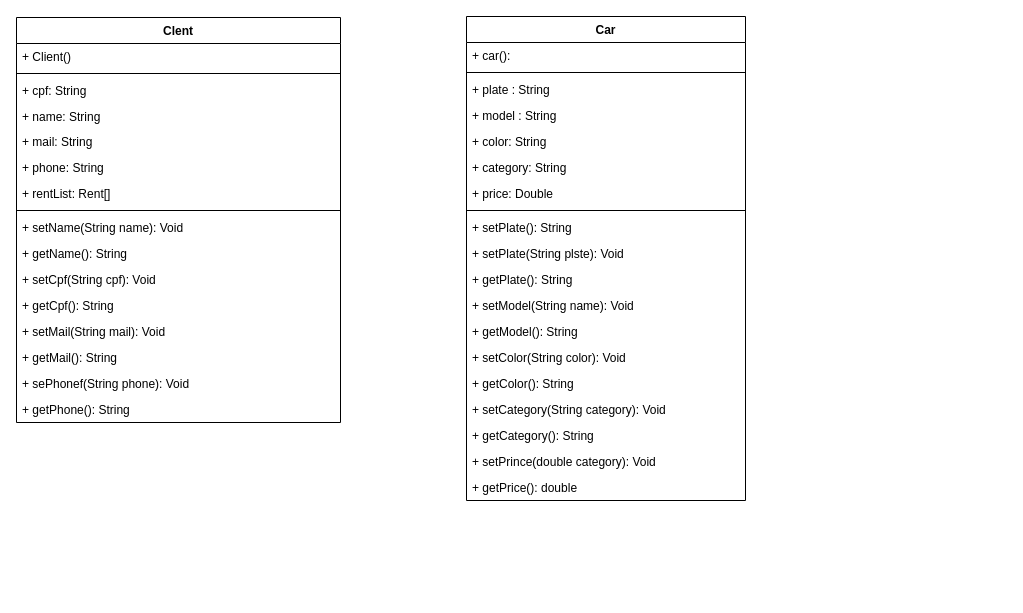
victorfernandesraton/Trabalho_Poo keeps this draw.io diagram as Diagram/Untitled Diagram.drawio. Above is the earlier version. Source tidied: cells renumbered, new cells numbered last; positions are measured from the earlier drawing's top-left corner, leaving out a move shared by most shapes. Both pictures are drawn from the tidied source at 100%, with x=0, y=0 at pixel (16, 16).
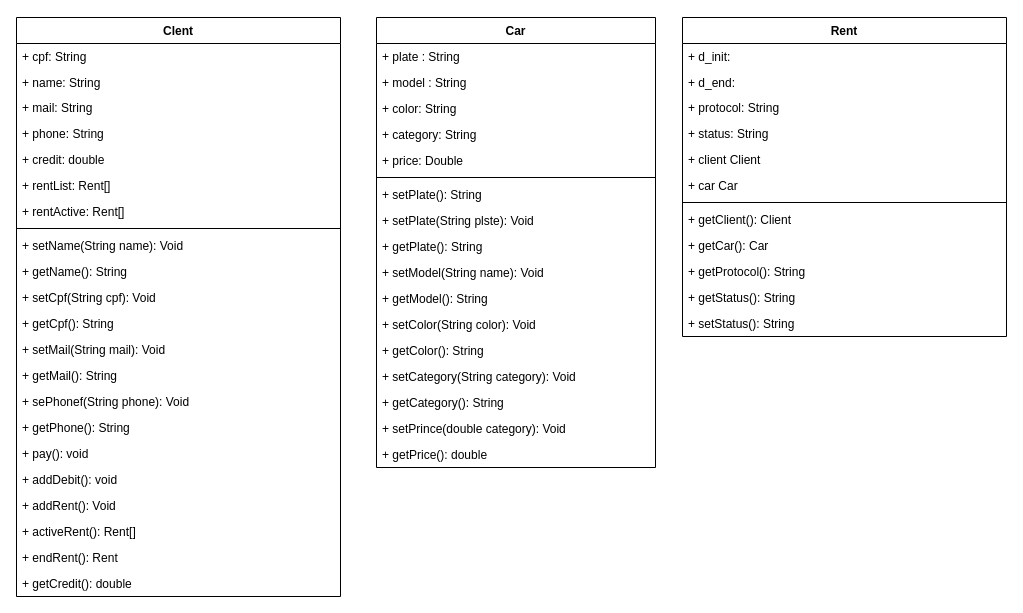
The same page after the edit.

What changed in the source:
```diff
@@
     <mxCell id="2" value="Clent&#10;&#10;" style="swimlane;fontStyle=1;align=center;verticalAlign=top;horizontal=1;startSize=26;" parent="1" vertex="1">
-      <mxGeometry y="1" width="324" height="405" as="geometry" />
+      <mxGeometry y="1" width="324" height="579" as="geometry" />
     </mxCell>
-    <mxCell id="3" value="+ Client()" style="text;strokeColor=none;fillColor=none;align=left;verticalAlign=top;spacingLeft=4;spacingRight=4;overflow=hidden;" parent="2" vertex="1">
-      <mxGeometry y="26" width="324" height="26" as="geometry" />
-    </mxCell>
-    <mxCell id="4" style="line;strokeWidth=1;fillColor=none;align=left;verticalAlign=middle;spacingTop=-1;spacingLeft=3;spacingRight=3;labelPosition=right;" parent="2" vertex="1">
-      <mxGeometry y="52" width="324" height="8" as="geometry" />
-    </mxCell>
     <mxCell id="5" value="+ cpf: String" style="text;strokeColor=none;fillColor=none;align=left;verticalAlign=top;spacingLeft=4;spacingRight=4;overflow=hidden;" parent="2" vertex="1">
-      <mxGeometry y="60" width="324" height="26" as="geometry" />
+      <mxGeometry y="26" width="324" height="26" as="geometry" />
     </mxCell>
     <mxCell id="6" value="+ name: String" style="text;strokeColor=none;fillColor=none;align=left;verticalAlign=top;spacingLeft=4;spacingRight=4;overflow=hidden;" parent="2" vertex="1">
-      <mxGeometry y="86" width="324" height="25" as="geometry" />
+      <mxGeometry y="52" width="324" height="25" as="geometry" />
     </mxCell>
     <mxCell id="7" value="+ mail: String" style="text;strokeColor=none;fillColor=none;align=left;verticalAlign=top;spacingLeft=4;spacingRight=4;overflow=hidden;" parent="2" vertex="1">
-      <mxGeometry y="111" width="324" height="26" as="geometry" />
+      <mxGeometry y="77" width="324" height="26" as="geometry" />
     </mxCell>
     <mxCell id="8" value="+ phone: String" style="text;strokeColor=none;fillColor=none;align=left;verticalAlign=top;spacingLeft=4;spacingRight=4;overflow=hidden;" parent="2" vertex="1">
-      <mxGeometry y="137" width="324" height="26" as="geometry" />
+      <mxGeometry y="103" width="324" height="26" as="geometry" />
     </mxCell>
+    <mxCell id="39" value="+ credit: double" style="text;strokeColor=none;fillColor=none;align=left;verticalAlign=top;spacingLeft=4;spacingRight=4;overflow=hidden;" parent="2" vertex="1">
+      <mxGeometry y="129" width="324" height="26" as="geometry" />
+    </mxCell>
     <mxCell id="9" value="+ rentList: Rent[]" style="text;strokeColor=none;fillColor=none;align=left;verticalAlign=top;spacingLeft=4;spacingRight=4;overflow=hidden;" parent="2" vertex="1">
-      <mxGeometry y="163" width="324" height="26" as="geometry" />
+      <mxGeometry y="155" width="324" height="26" as="geometry" />
     </mxCell>
+    <mxCell id="40" value="+ rentActive: Rent[]" style="text;strokeColor=none;fillColor=none;align=left;verticalAlign=top;spacingLeft=4;spacingRight=4;overflow=hidden;" parent="2" vertex="1">
+      <mxGeometry y="181" width="324" height="26" as="geometry" />
+    </mxCell>
     <mxCell id="10" style="line;strokeWidth=1;fillColor=none;align=left;verticalAlign=middle;spacingTop=-1;spacingLeft=3;spacingRight=3;labelPosition=right;" parent="2" vertex="1">
-      <mxGeometry y="189" width="324" height="8" as="geometry" />
+      <mxGeometry y="207" width="324" height="8" as="geometry" />
     </mxCell>
     <mxCell id="11" value="+ setName(String name): Void" style="text;strokeColor=none;fillColor=none;align=left;verticalAlign=top;spacingLeft=4;spacingRight=4;overflow=hidden;" parent="2" vertex="1">
-      <mxGeometry y="197" width="324" height="26" as="geometry" />
+      <mxGeometry y="215" width="324" height="26" as="geometry" />
     </mxCell>
     <mxCell id="12" value="+ getName(): String" style="text;strokeColor=none;fillColor=none;align=left;verticalAlign=top;spacingLeft=4;spacingRight=4;overflow=hidden;" parent="2" vertex="1">
-      <mxGeometry y="223" width="324" height="26" as="geometry" />
+      <mxGeometry y="241" width="324" height="26" as="geometry" />
     </mxCell>
     <mxCell id="13" value="+ setCpf(String cpf): Void" style="text;strokeColor=none;fillColor=none;align=left;verticalAlign=top;spacingLeft=4;spacingRight=4;overflow=hidden;" parent="2" vertex="1">
-      <mxGeometry y="249" width="324" height="26" as="geometry" />
+      <mxGeometry y="267" width="324" height="26" as="geometry" />
     </mxCell>
     <mxCell id="14" value="+ getCpf(): String" style="text;strokeColor=none;fillColor=none;align=left;verticalAlign=top;spacingLeft=4;spacingRight=4;overflow=hidden;" parent="2" vertex="1">
-      <mxGeometry y="275" width="324" height="26" as="geometry" />
+      <mxGeometry y="293" width="324" height="26" as="geometry" />
     </mxCell>
     <mxCell id="15" value="+ setMail(String mail): Void" style="text;strokeColor=none;fillColor=none;align=left;verticalAlign=top;spacingLeft=4;spacingRight=4;overflow=hidden;" parent="2" vertex="1">
-      <mxGeometry y="301" width="324" height="26" as="geometry" />
+      <mxGeometry y="319" width="324" height="26" as="geometry" />
     </mxCell>
     <mxCell id="16" value="+ getMail(): String" style="text;strokeColor=none;fillColor=none;align=left;verticalAlign=top;spacingLeft=4;spacingRight=4;overflow=hidden;" parent="2" vertex="1">
-      <mxGeometry y="327" width="324" height="26" as="geometry" />
+      <mxGeometry y="345" width="324" height="26" as="geometry" />
     </mxCell>
     <mxCell id="17" value="+ sePhonef(String phone): Void" style="text;strokeColor=none;fillColor=none;align=left;verticalAlign=top;spacingLeft=4;spacingRight=4;overflow=hidden;" parent="2" vertex="1">
-      <mxGeometry y="353" width="324" height="26" as="geometry" />
+      <mxGeometry y="371" width="324" height="26" as="geometry" />
     </mxCell>
     <mxCell id="18" value="+ getPhone(): String" style="text;strokeColor=none;fillColor=none;align=left;verticalAlign=top;spacingLeft=4;spacingRight=4;overflow=hidden;" parent="2" vertex="1">
-      <mxGeometry y="379" width="324" height="26" as="geometry" />
+      <mxGeometry y="397" width="324" height="26" as="geometry" />
     </mxCell>
+    <mxCell id="41" value="+ pay(): void" style="text;strokeColor=none;fillColor=none;align=left;verticalAlign=top;spacingLeft=4;spacingRight=4;overflow=hidden;" parent="2" vertex="1">
+      <mxGeometry y="423" width="324" height="26" as="geometry" />
+    </mxCell>
+    <mxCell id="42" value="+ addDebit(): void" style="text;strokeColor=none;fillColor=none;align=left;verticalAlign=top;spacingLeft=4;spacingRight=4;overflow=hidden;" parent="2" vertex="1">
+      <mxGeometry y="449" width="324" height="26" as="geometry" />
+    </mxCell>
+    <mxCell id="43" value="+ addRent(): Void" style="text;strokeColor=none;fillColor=none;align=left;verticalAlign=top;spacingLeft=4;spacingRight=4;overflow=hidden;" parent="2" vertex="1">
+      <mxGeometry y="475" width="324" height="26" as="geometry" />
+    </mxCell>
+    <mxCell id="44" value="+ activeRent(): Rent[]" style="text;strokeColor=none;fillColor=none;align=left;verticalAlign=top;spacingLeft=4;spacingRight=4;overflow=hidden;" parent="2" vertex="1">
+      <mxGeometry y="501" width="324" height="26" as="geometry" />
+    </mxCell>
+    <mxCell id="45" value="+ endRent(): Rent" style="text;strokeColor=none;fillColor=none;align=left;verticalAlign=top;spacingLeft=4;spacingRight=4;overflow=hidden;" parent="2" vertex="1">
+      <mxGeometry y="527" width="324" height="26" as="geometry" />
+    </mxCell>
+    <mxCell id="46" value="+ getCredit(): double" style="text;strokeColor=none;fillColor=none;align=left;verticalAlign=top;spacingLeft=4;spacingRight=4;overflow=hidden;" parent="2" vertex="1">
+      <mxGeometry y="553" width="324" height="26" as="geometry" />
+    </mxCell>
     <mxCell id="19" value="Car" style="swimlane;fontStyle=1;align=center;verticalAlign=top;horizontal=1;startSize=26;" parent="1" vertex="1">
-      <mxGeometry x="450" width="279" height="484" as="geometry" />
+      <mxGeometry x="360" y="1" width="279" height="450" as="geometry" />
     </mxCell>
-    <mxCell id="20" value="+ car():" style="text;strokeColor=none;fillColor=none;align=left;verticalAlign=top;spacingLeft=4;spacingRight=4;overflow=hidden;" parent="19" vertex="1">
-      <mxGeometry y="26" width="279" height="26" as="geometry" />
-    </mxCell>
-    <mxCell id="21" style="line;strokeWidth=1;fillColor=none;align=left;verticalAlign=middle;spacingTop=-1;spacingLeft=3;spacingRight=3;labelPosition=right;" parent="19" vertex="1">
-      <mxGeometry y="52" width="279" height="8" as="geometry" />
-    </mxCell>
     <mxCell id="22" value="+ plate : String" style="text;strokeColor=none;fillColor=none;align=left;verticalAlign=top;spacingLeft=4;spacingRight=4;overflow=hidden;" parent="19" vertex="1">
-      <mxGeometry y="60" width="279" height="26" as="geometry" />
+      <mxGeometry y="26" width="279" height="26" as="geometry" />
     </mxCell>
     <mxCell id="23" value="+ model : String" style="text;strokeColor=none;fillColor=none;align=left;verticalAlign=top;spacingLeft=4;spacingRight=4;overflow=hidden;" parent="19" vertex="1">
-      <mxGeometry y="86" width="279" height="26" as="geometry" />
+      <mxGeometry y="52" width="279" height="26" as="geometry" />
     </mxCell>
     <mxCell id="24" value="+ color: String" style="text;strokeColor=none;fillColor=none;align=left;verticalAlign=top;spacingLeft=4;spacingRight=4;overflow=hidden;" parent="19" vertex="1">
-      <mxGeometry y="112" width="279" height="26" as="geometry" />
+      <mxGeometry y="78" width="279" height="26" as="geometry" />
     </mxCell>
     <mxCell id="25" value="+ category: String" style="text;strokeColor=none;fillColor=none;align=left;verticalAlign=top;spacingLeft=4;spacingRight=4;overflow=hidden;" parent="19" vertex="1">
-      <mxGeometry y="138" width="279" height="26" as="geometry" />
+      <mxGeometry y="104" width="279" height="26" as="geometry" />
     </mxCell>
     <mxCell id="26" value="+ price: Double" style="text;strokeColor=none;fillColor=none;align=left;verticalAlign=top;spacingLeft=4;spacingRight=4;overflow=hidden;" parent="19" vertex="1">
-      <mxGeometry y="164" width="279" height="26" as="geometry" />
+      <mxGeometry y="130" width="279" height="26" as="geometry" />
     </mxCell>
     <mxCell id="27" style="line;strokeWidth=1;fillColor=none;align=left;verticalAlign=middle;spacingTop=-1;spacingLeft=3;spacingRight=3;labelPosition=right;" parent="19" vertex="1">
-      <mxGeometry y="190" width="279" height="8" as="geometry" />
+      <mxGeometry y="156" width="279" height="8" as="geometry" />
     </mxCell>
     <mxCell id="28" value="+ setPlate(): String" style="text;strokeColor=none;fillColor=none;align=left;verticalAlign=top;spacingLeft=4;spacingRight=4;overflow=hidden;" parent="19" vertex="1">
-      <mxGeometry y="198" width="279" height="26" as="geometry" />
+      <mxGeometry y="164" width="279" height="26" as="geometry" />
     </mxCell>
     <mxCell id="29" value="+ setPlate(String plste): Void" style="text;strokeColor=none;fillColor=none;align=left;verticalAlign=top;spacingLeft=4;spacingRight=4;overflow=hidden;" parent="19" vertex="1">
-      <mxGeometry y="224" width="279" height="26" as="geometry" />
+      <mxGeometry y="190" width="279" height="26" as="geometry" />
     </mxCell>
     <mxCell id="30" value="+ getPlate(): String" style="text;strokeColor=none;fillColor=none;align=left;verticalAlign=top;spacingLeft=4;spacingRight=4;overflow=hidden;" parent="19" vertex="1">
-      <mxGeometry y="250" width="279" height="26" as="geometry" />
+      <mxGeometry y="216" width="279" height="26" as="geometry" />
     </mxCell>
     <mxCell id="31" value="+ setModel(String name): Void" style="text;strokeColor=none;fillColor=none;align=left;verticalAlign=top;spacingLeft=4;spacingRight=4;overflow=hidden;" parent="19" vertex="1">
-      <mxGeometry y="276" width="279" height="26" as="geometry" />
+      <mxGeometry y="242" width="279" height="26" as="geometry" />
     </mxCell>
     <mxCell id="32" value="+ getModel(): String" style="text;strokeColor=none;fillColor=none;align=left;verticalAlign=top;spacingLeft=4;spacingRight=4;overflow=hidden;" parent="19" vertex="1">
-      <mxGeometry y="302" width="279" height="26" as="geometry" />
+      <mxGeometry y="268" width="279" height="26" as="geometry" />
     </mxCell>
     <mxCell id="33" value="+ setColor(String color): Void" style="text;strokeColor=none;fillColor=none;align=left;verticalAlign=top;spacingLeft=4;spacingRight=4;overflow=hidden;" parent="19" vertex="1">
-      <mxGeometry y="328" width="279" height="26" as="geometry" />
+      <mxGeometry y="294" width="279" height="26" as="geometry" />
     </mxCell>
     <mxCell id="34" value="+ getColor(): String" style="text;strokeColor=none;fillColor=none;align=left;verticalAlign=top;spacingLeft=4;spacingRight=4;overflow=hidden;" parent="19" vertex="1">
-      <mxGeometry y="354" width="279" height="26" as="geometry" />
+      <mxGeometry y="320" width="279" height="26" as="geometry" />
     </mxCell>
     <mxCell id="35" value="+ setCategory(String category): Void" style="text;strokeColor=none;fillColor=none;align=left;verticalAlign=top;spacingLeft=4;spacingRight=4;overflow=hidden;" parent="19" vertex="1">
-      <mxGeometry y="380" width="279" height="26" as="geometry" />
+      <mxGeometry y="346" width="279" height="26" as="geometry" />
     </mxCell>
     <mxCell id="36" value="+ getCategory(): String" style="text;strokeColor=none;fillColor=none;align=left;verticalAlign=top;spacingLeft=4;spacingRight=4;overflow=hidden;" parent="19" vertex="1">
-      <mxGeometry y="406" width="279" height="26" as="geometry" />
+      <mxGeometry y="372" width="279" height="26" as="geometry" />
     </mxCell>
     <mxCell id="37" value="+ setPrince(double category): Void" style="text;strokeColor=none;fillColor=none;align=left;verticalAlign=top;spacingLeft=4;spacingRight=4;overflow=hidden;" parent="19" vertex="1">
-      <mxGeometry y="432" width="279" height="26" as="geometry" />
+      <mxGeometry y="398" width="279" height="26" as="geometry" />
     </mxCell>
     <mxCell id="38" value="+ getPrice(): double" style="text;strokeColor=none;fillColor=none;align=left;verticalAlign=top;spacingLeft=4;spacingRight=4;overflow=hidden;" parent="19" vertex="1">
-      <mxGeometry y="458" width="279" height="26" as="geometry" />
+      <mxGeometry y="424" width="279" height="26" as="geometry" />
     </mxCell>
+    <mxCell id="47" value="Rent&#10;" style="swimlane;fontStyle=1;align=center;verticalAlign=top;horizontal=1;startSize=26;" parent="1" vertex="1">
+      <mxGeometry x="666" y="1" width="324" height="319" as="geometry" />
+    </mxCell>
+    <mxCell id="48" value="+ d_init: " style="text;strokeColor=none;fillColor=none;align=left;verticalAlign=top;spacingLeft=4;spacingRight=4;overflow=hidden;" parent="47" vertex="1">
+      <mxGeometry y="26" width="324" height="26" as="geometry" />
+    </mxCell>
+    <mxCell id="49" value="+ d_end: " style="text;strokeColor=none;fillColor=none;align=left;verticalAlign=top;spacingLeft=4;spacingRight=4;overflow=hidden;" parent="47" vertex="1">
+      <mxGeometry y="52" width="324" height="25" as="geometry" />
+    </mxCell>
+    <mxCell id="50" value="+ protocol: String" style="text;strokeColor=none;fillColor=none;align=left;verticalAlign=top;spacingLeft=4;spacingRight=4;overflow=hidden;" parent="47" vertex="1">
+      <mxGeometry y="77" width="324" height="26" as="geometry" />
+    </mxCell>
+    <mxCell id="51" value="+ status: String" style="text;strokeColor=none;fillColor=none;align=left;verticalAlign=top;spacingLeft=4;spacingRight=4;overflow=hidden;" parent="47" vertex="1">
+      <mxGeometry y="103" width="324" height="26" as="geometry" />
+    </mxCell>
+    <mxCell id="52" value="+ client Client" style="text;strokeColor=none;fillColor=none;align=left;verticalAlign=top;spacingLeft=4;spacingRight=4;overflow=hidden;" parent="47" vertex="1">
+      <mxGeometry y="129" width="324" height="26" as="geometry" />
+    </mxCell>
+    <mxCell id="53" value="+ car Car" style="text;strokeColor=none;fillColor=none;align=left;verticalAlign=top;spacingLeft=4;spacingRight=4;overflow=hidden;" parent="47" vertex="1">
+      <mxGeometry y="155" width="324" height="26" as="geometry" />
+    </mxCell>
+    <mxCell id="54" style="line;strokeWidth=1;fillColor=none;align=left;verticalAlign=middle;spacingTop=-1;spacingLeft=3;spacingRight=3;labelPosition=right;" parent="47" vertex="1">
+      <mxGeometry y="181" width="324" height="8" as="geometry" />
+    </mxCell>
+    <mxCell id="55" value="+ getClient(): Client" style="text;strokeColor=none;fillColor=none;align=left;verticalAlign=top;spacingLeft=4;spacingRight=4;overflow=hidden;" parent="47" vertex="1">
+      <mxGeometry y="189" width="324" height="26" as="geometry" />
+    </mxCell>
+    <mxCell id="56" value="+ getCar(): Car" style="text;strokeColor=none;fillColor=none;align=left;verticalAlign=top;spacingLeft=4;spacingRight=4;overflow=hidden;" parent="47" vertex="1">
+      <mxGeometry y="215" width="324" height="26" as="geometry" />
+    </mxCell>
+    <mxCell id="57" value="+ getProtocol(): String" style="text;strokeColor=none;fillColor=none;align=left;verticalAlign=top;spacingLeft=4;spacingRight=4;overflow=hidden;" parent="47" vertex="1">
+      <mxGeometry y="241" width="324" height="26" as="geometry" />
+    </mxCell>
+    <mxCell id="58" value="+ getStatus(): String" style="text;strokeColor=none;fillColor=none;align=left;verticalAlign=top;spacingLeft=4;spacingRight=4;overflow=hidden;" parent="47" vertex="1">
+      <mxGeometry y="267" width="324" height="26" as="geometry" />
+    </mxCell>
+    <mxCell id="59" value="+ setStatus(): String" style="text;strokeColor=none;fillColor=none;align=left;verticalAlign=top;spacingLeft=4;spacingRight=4;overflow=hidden;" parent="47" vertex="1">
+      <mxGeometry y="293" width="324" height="26" as="geometry" />
+    </mxCell>
```
